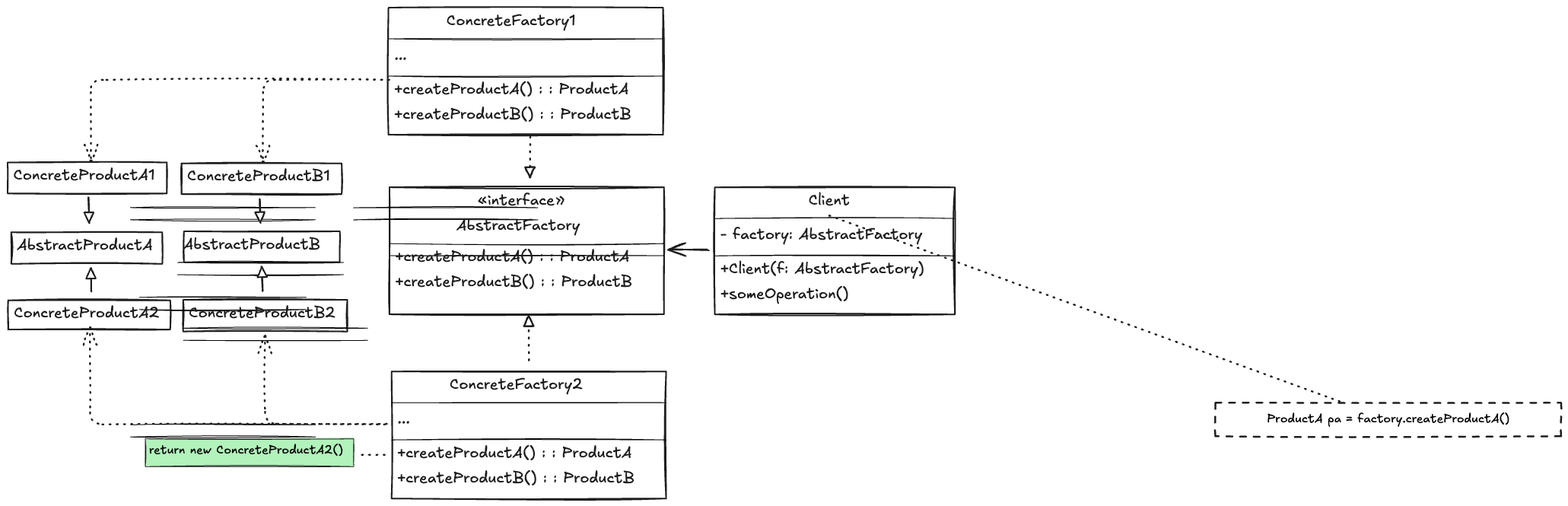
bjenning04/foam keeps this Excalidraw diagram as abstract-factory-pattern.excalidraw.png. Above is the earlier version. Source tidied: one line per element, renumbered; positions are measured from the earlier drawing's top-left corner, leaving out a move shared by most shapes.
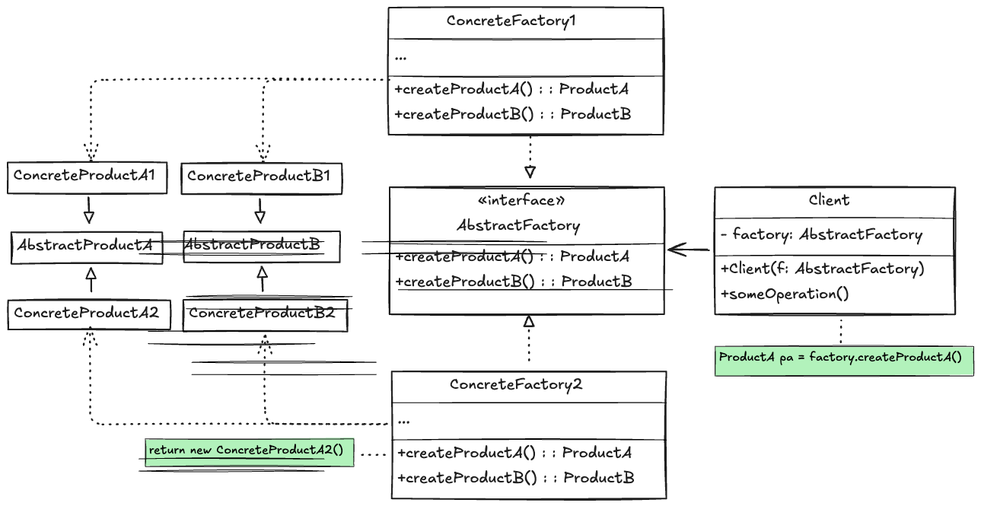
After the change.

Change to the diagram source:
```diff
@@ -8,7 +8,7 @@
 {"id": 7, "type": "rectangle", "strokeColor": "#1e1e1e", "strokeWidth": 2, "roughness": 1, "x": 231, "y": 384, "width": 216, "height": 42}
 {"id": 8, "type": "rectangle", "strokeColor": "#1e1e1e", "strokeWidth": 2, "roughness": 1, "x": 505, "y": 478, "width": 361, "height": 167}
 {"id": 9, "type": "rectangle", "strokeColor": "#1e1e1e", "strokeWidth": 2, "roughness": 1, "x": 930, "y": 236, "width": 316, "height": 167}
-{"id": 10, "type": "rectangle", "strokeColor": "#1e1e1e", "strokeWidth": 2, "strokeStyle": "dashed", "roughness": 1, "x": 1587, "y": 519, "width": 454, "height": 44}
+{"id": 10, "type": "rectangle", "strokeColor": "#1e1e1e", "backgroundColor": "#b2f2bb", "fillStyle": "solid", "strokeWidth": 1, "roughness": 1, "x": 930, "y": 445, "width": 340, "height": 39}
 {"id": 11, "type": "rectangle", "strokeColor": "#1e1e1e", "backgroundColor": "#b2f2bb", "fillStyle": "solid", "strokeWidth": 1, "roughness": 1, "x": 181, "y": 567, "width": 274, "height": 36}
 {"id": 12, "type": "line", "strokeColor": "#000", "strokeWidth": 1, "roughness": 1, "x": 501, "y": 41, "width": 361, "height": 0, "points": [[0, 0], [361, 0]]}
 {"id": 13, "type": "line", "strokeColor": "#000", "strokeWidth": 1, "roughness": 1, "x": 501, "y": 90, "width": 361, "height": 0, "points": [[0, 0], [361, 0]]}
@@ -24,17 +24,17 @@
 {"id": 23, "type": "arrow", "strokeColor": "#1e1e1e", "strokeWidth": 2, "roughness": 1, "startArrowhead": "triangle_outline", "round": true, "from": 4, "to": 5, "x": 109, "y": 342, "width": 1, "height": 31, "points": [[0, 0], [1, 31]]}
 {"id": 24, "type": "arrow", "strokeColor": "#1e1e1e", "strokeWidth": 2, "roughness": 1, "endArrowhead": "triangle_outline", "round": true, "from": 2, "to": 6, "x": 332, "y": 252, "width": 1, "height": 31, "points": [[0, 0], [1, 31]]}
 {"id": 25, "type": "arrow", "strokeColor": "#1e1e1e", "strokeWidth": 2, "roughness": 1, "startArrowhead": "triangle_outline", "round": true, "from": 6, "to": 7, "x": 334, "y": 340, "width": 1, "height": 32, "points": [[0, 0], [1, 32]]}
-{"id": 26, "type": "arrow", "strokeColor": "#1e1e1e", "strokeWidth": 2, "strokeStyle": "dotted", "roughness": 1, "startArrowhead": "arrow", "from": 43, "to": 47, "x": 109, "y": 420, "width": 396, "height": 128, "points": [[0, 0], [0, 128], [396, 128]]}
+{"id": 26, "type": "arrow", "strokeColor": "#1e1e1e", "strokeWidth": 2, "strokeStyle": "dotted", "roughness": 1, "startArrowhead": "arrow", "from": 43, "to": 47, "x": 108, "y": 420, "width": 396, "height": 128, "points": [[0, 0], [0, 128], [396, 128]]}
 {"id": 27, "type": "arrow", "strokeColor": "#1e1e1e", "strokeWidth": 2, "strokeStyle": "dotted", "roughness": 1, "startArrowhead": "arrow", "from": 7, "to": 47, "x": 339, "y": 431, "width": 165, "height": 116, "points": [[0, 0], [0, 116], [165, 116]]}
 {"id": 28, "type": "arrow", "strokeColor": "#1e1e1e", "strokeWidth": 2, "strokeStyle": "dotted", "roughness": 1, "startArrowhead": "triangle_outline", "round": true, "from": 3, "to": 8, "x": 686, "y": 406, "width": 1, "height": 61, "points": [[0, 0], [1, 61]]}
 {"id": 29, "type": "arrow", "strokeColor": "#1e1e1e", "strokeWidth": 2, "roughness": 1, "startArrowhead": "arrow", "round": true, "from": 3, "to": 9, "x": 869, "y": 318, "width": 52, "height": 0, "points": [[0, 0], [52, 0]]}
-{"id": 30, "type": "arrow", "strokeColor": "#1e1e1e", "strokeWidth": 2, "strokeStyle": "dotted", "roughness": 1, "round": true, "from": 10, "to": 50, "x": 1752, "y": 518, "width": 674, "height": 247, "points": [[0, 0], [-674, -247]]}
+{"id": 30, "type": "arrow", "strokeColor": "#1e1e1e", "strokeWidth": 2, "strokeStyle": "dotted", "roughness": 1, "round": true, "from": 10, "to": 9, "x": 1095, "y": 440, "width": 0, "height": 29, "points": [[0, 0], [0, -29]]}
 {"id": 31, "type": "arrow", "strokeColor": "#1e1e1e", "strokeWidth": 2, "strokeStyle": "dotted", "roughness": 1, "round": true, "from": 11, "to": 8, "x": 466, "y": 587, "width": 30, "height": 0, "points": [[0, 0], [30, 0]]}
 {"id": 32, "type": "text", "text": "ConcreteFactory1", "strokeColor": "#1e1e1e", "strokeWidth": 2, "roughness": 1, "fontSize": 20, "fontFamily": 5, "verticalAlign": "middle", "x": 577, "y": 5, "width": 181, "height": 25}
 {"id": 33, "type": "text", "text": "...", "strokeColor": "#1e1e1e", "strokeWidth": 2, "roughness": 1, "fontSize": 20, "fontFamily": 5, "verticalAlign": "middle", "x": 508, "y": 50, "width": 15, "height": 25}
 {"id": 34, "type": "text", "text": "+createProductA() : : ProductA", "strokeColor": "#1e1e1e", "strokeWidth": 2, "roughness": 1, "fontSize": 20, "fontFamily": 5, "verticalAlign": "middle", "x": 508, "y": 95, "width": 321, "height": 25}
 {"id": 35, "type": "text", "text": "+createProductB() : : ProductB", "strokeColor": "#1e1e1e", "strokeWidth": 2, "roughness": 1, "fontSize": 20, "fontFamily": 5, "verticalAlign": "middle", "x": 508, "y": 128, "width": 312, "height": 25}
-{"id": 36, "type": "text", "text": "ConcreteProductA1", "strokeColor": "#1e1e1e", "strokeWidth": 2, "roughness": 1, "fontSize": 20, "fontFamily": 5, "verticalAlign": "middle", "x": 8, "y": 209, "width": 204, "height": 25}
+{"id": 36, "type": "text", "text": "ConcreteProductA1", "strokeColor": "#1e1e1e", "strokeWidth": 2, "roughness": 1, "fontSize": 20, "fontFamily": 5, "verticalAlign": "middle", "x": 7, "y": 209, "width": 204, "height": 25}
 {"id": 37, "type": "text", "text": "ConcreteProductB1", "strokeColor": "#1e1e1e", "strokeWidth": 2, "roughness": 1, "fontSize": 20, "fontFamily": 5, "verticalAlign": "middle", "x": 236, "y": 210, "width": 199, "height": 25}
 {"id": 38, "type": "text", "text": "«interface»", "strokeColor": "#1e1e1e", "strokeWidth": 2, "roughness": 1, "fontSize": 20, "fontFamily": 5, "verticalAlign": "middle", "x": 618, "y": 241, "width": 114, "height": 25}
 {"id": 39, "type": "text", "text": "AbstractFactory", "strokeColor": "#1e1e1e", "strokeWidth": 2, "roughness": 1, "fontSize": 20, "fontFamily": 5, "verticalAlign": "middle", "x": 590, "y": 274, "width": 162, "height": 25}
@@ -52,5 +52,5 @@
 {"id": 51, "type": "text", "text": "- factory: AbstractFactory", "strokeColor": "#1e1e1e", "strokeWidth": 2, "roughness": 1, "fontSize": 20, "fontFamily": 5, "verticalAlign": "middle", "x": 937, "y": 286, "width": 265, "height": 25}
 {"id": 52, "type": "text", "text": "+Client(f: AbstractFactory)", "strokeColor": "#1e1e1e", "strokeWidth": 2, "roughness": 1, "fontSize": 20, "fontFamily": 5, "verticalAlign": "middle", "x": 937, "y": 331, "width": 268, "height": 25}
 {"id": 53, "type": "text", "text": "+someOperation()", "strokeColor": "#1e1e1e", "strokeWidth": 2, "roughness": 1, "fontSize": 20, "fontFamily": 5, "verticalAlign": "middle", "x": 937, "y": 364, "width": 169, "height": 25}
-{"id": 54, "type": "text", "text": "ProductA pa = factory.createProductA()", "strokeColor": "#000", "strokeWidth": 2, "roughness": 1, "fontSize": 16, "fontFamily": 5, "textAlign": "center", "verticalAlign": "middle", "inside": 10, "x": 1655, "y": 531, "width": 319, "height": 20}
+{"id": 54, "type": "text", "text": "ProductA pa = factory.createProductA()", "strokeColor": "#000", "strokeWidth": 2, "roughness": 1, "fontSize": 16, "fontFamily": 5, "inside": 10, "x": 935, "y": 450, "width": 319, "height": 20}
 {"id": 55, "type": "text", "text": "return new ConcreteProductA2()", "strokeColor": "#000", "strokeWidth": 2, "roughness": 1, "fontSize": 16, "fontFamily": 5, "inside": 11, "x": 186, "y": 572, "width": 255, "height": 20}
```
